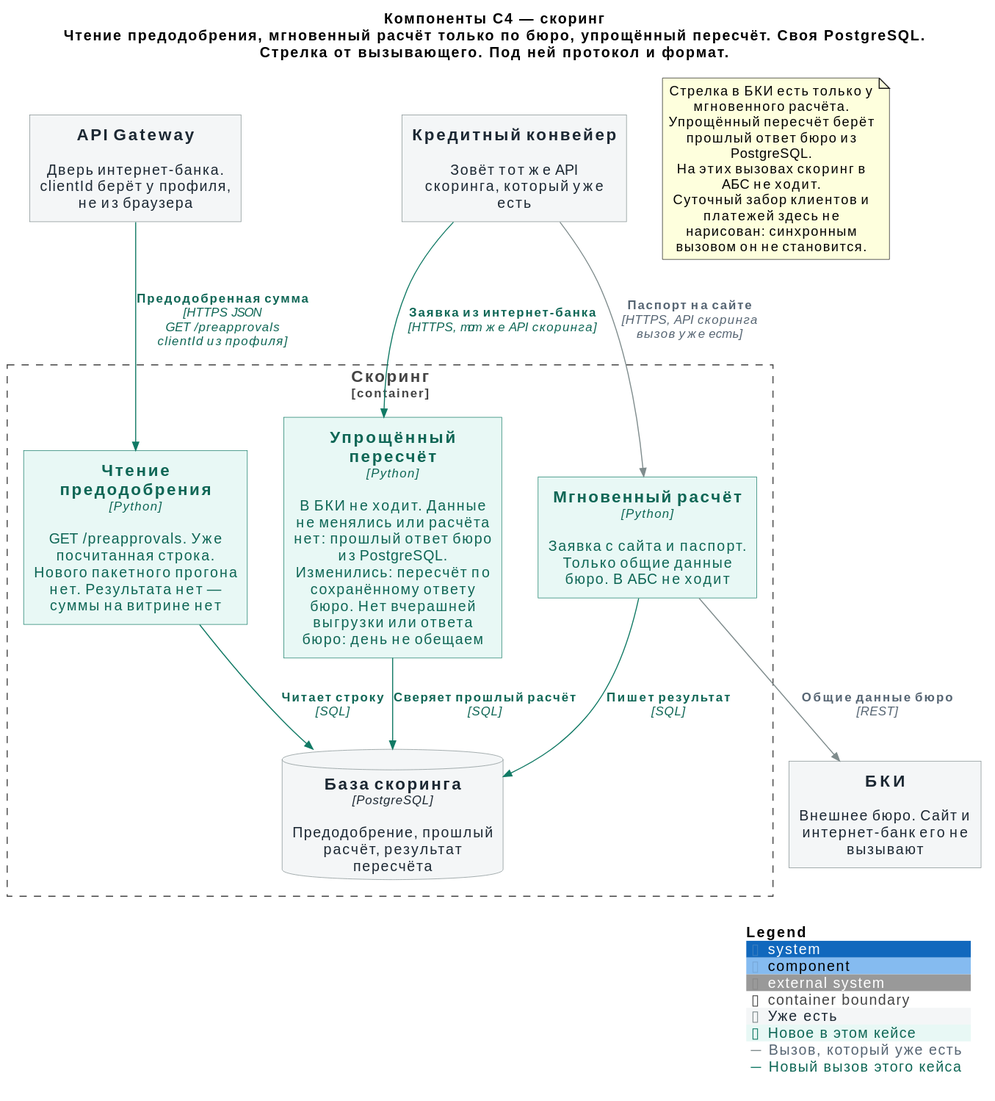
This is Task5/c4/04-component-scoring.svg from Dima-Karpov/architecture-pro-standart, a PlantUML export, as it was before one commit. Source of this version:
```plantuml
@startuml
!include https://raw.githubusercontent.com/plantuml-stdlib/C4-PlantUML/master/C4_Component.puml
!include tags.inc

LAYOUT_TOP_DOWN()

title Компоненты C4 — скоринг\nЧтение предодобрения, мгновенный расчёт только по бюро, упрощённый пересчёт. Своя PostgreSQL.\nСтрелка от вызывающего. Под ней протокол и формат.

System(gw, "API Gateway", "Дверь интернет-банка. clientId берёт у профиля, не из браузера", $tags="existing")
System(conv, "Кредитный конвейер", "Зовёт тот же API скоринга, который уже есть", $tags="existing")
System_Ext(bki, "БКИ", "Внешнее бюро. Сайт и интернет-банк его не вызывают", $tags="existing")

Container_Boundary(score, "Скоринг") {
  Component(pre, "Чтение предодобрения", "Python", "GET /preapprovals. Уже посчитанная строка. Нового пакетного прогона нет. Результата нет — суммы на витрине нет", $tags="new")
  Component(instant, "Мгновенный расчёт", "Python", "Заявка с сайта и паспорт. Только общие данные бюро. В АБС не ходит", $tags="new")
  Component(recalc, "Упрощённый пересчёт", "Python", "В БКИ не ходит. Данные не менялись или расчёта нет: прошлый ответ бюро из PostgreSQL. Изменились: пересчёт по сохранённому ответу бюро. Нет вчерашней выгрузки или ответа бюро: день не обещаем", $tags="new")
  ComponentDb(pg, "База скоринга", "PostgreSQL", "Предодобрение, прошлый расчёт, результат пересчёта", $tags="existing")
}

Rel(gw, pre, "Предодобренная сумма", "HTTPS JSON\nGET /preapprovals\nclientId из профиля", $tags="new")
Rel(pre, pg, "Читает строку", "SQL", $tags="new")
Rel(conv, instant, "Паспорт на сайте", "HTTPS, API скоринга\nвызов уже есть", $tags="existing")
Rel(instant, bki, "Общие данные бюро", "REST", $tags="existing")
Rel(instant, pg, "Пишет результат", "SQL", $tags="new")
Rel(conv, recalc, "Заявка из интернет-банка", "HTTPS, тот же API скоринга", $tags="new")
Rel(recalc, pg, "Сверяет прошлый расчёт", "SQL", $tags="new")

note as scoreNote
  Стрелка в БКИ есть только у мгновенного расчёта.
  Упрощённый пересчёт берёт прошлый ответ бюро из PostgreSQL.
  На этих вызовах скоринг в АБС не ходит.
  Суточный забор клиентов и платежей здесь не нарисован: синхронным вызовом он не становится.
end note

SHOW_LEGEND()
@enduml
```
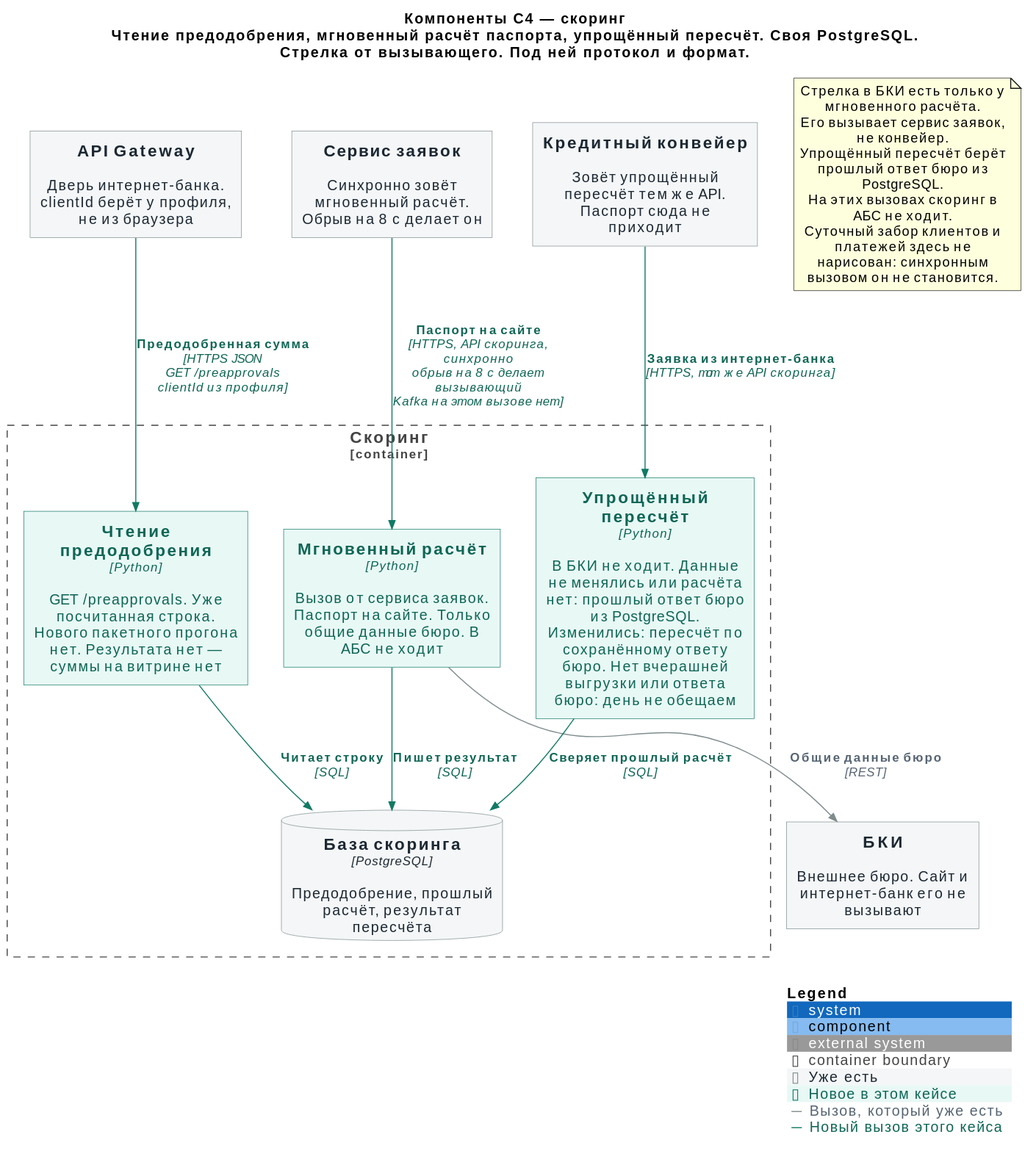
After the commit.

Change to the diagram source:
```diff
@@ -4,22 +4,23 @@
 
 LAYOUT_TOP_DOWN()
 
-title Компоненты C4 — скоринг\nЧтение предодобрения, мгновенный расчёт только по бюро, упрощённый пересчёт. Своя PostgreSQL.\nСтрелка от вызывающего. Под ней протокол и формат.
+title Компоненты C4 — скоринг\nЧтение предодобрения, мгновенный расчёт паспорта, упрощённый пересчёт. Своя PostgreSQL.\nСтрелка от вызывающего. Под ней протокол и формат.
 
 System(gw, "API Gateway", "Дверь интернет-банка. clientId берёт у профиля, не из браузера", $tags="existing")
-System(conv, "Кредитный конвейер", "Зовёт тот же API скоринга, который уже есть", $tags="existing")
+System(apps, "Сервис заявок", "Синхронно зовёт мгновенный расчёт. Обрыв на 8 с делает он", $tags="existing")
+System(conv, "Кредитный конвейер", "Зовёт упрощённый пересчёт тем же API. Паспорт сюда не приходит", $tags="existing")
 System_Ext(bki, "БКИ", "Внешнее бюро. Сайт и интернет-банк его не вызывают", $tags="existing")
 
 Container_Boundary(score, "Скоринг") {
   Component(pre, "Чтение предодобрения", "Python", "GET /preapprovals. Уже посчитанная строка. Нового пакетного прогона нет. Результата нет — суммы на витрине нет", $tags="new")
-  Component(instant, "Мгновенный расчёт", "Python", "Заявка с сайта и паспорт. Только общие данные бюро. В АБС не ходит", $tags="new")
+  Component(instant, "Мгновенный расчёт", "Python", "Вызов от сервиса заявок. Паспорт на сайте. Только общие данные бюро. В АБС не ходит", $tags="new")
   Component(recalc, "Упрощённый пересчёт", "Python", "В БКИ не ходит. Данные не менялись или расчёта нет: прошлый ответ бюро из PostgreSQL. Изменились: пересчёт по сохранённому ответу бюро. Нет вчерашней выгрузки или ответа бюро: день не обещаем", $tags="new")
   ComponentDb(pg, "База скоринга", "PostgreSQL", "Предодобрение, прошлый расчёт, результат пересчёта", $tags="existing")
 }
 
 Rel(gw, pre, "Предодобренная сумма", "HTTPS JSON\nGET /preapprovals\nclientId из профиля", $tags="new")
 Rel(pre, pg, "Читает строку", "SQL", $tags="new")
-Rel(conv, instant, "Паспорт на сайте", "HTTPS, API скоринга\nвызов уже есть", $tags="existing")
+Rel(apps, instant, "Паспорт на сайте", "HTTPS, API скоринга, синхронно\nобрыв на 8 с делает вызывающий\nKafka на этом вызове нет", $tags="new")
 Rel(instant, bki, "Общие данные бюро", "REST", $tags="existing")
 Rel(instant, pg, "Пишет результат", "SQL", $tags="new")
 Rel(conv, recalc, "Заявка из интернет-банка", "HTTPS, тот же API скоринга", $tags="new")
@@ -27,6 +28,7 @@
 
 note as scoreNote
   Стрелка в БКИ есть только у мгновенного расчёта.
+  Его вызывает сервис заявок, не конвейер.
   Упрощённый пересчёт берёт прошлый ответ бюро из PostgreSQL.
   На этих вызовах скоринг в АБС не ходит.
   Суточный забор клиентов и платежей здесь не нарисован: синхронным вызовом он не становится.
```
